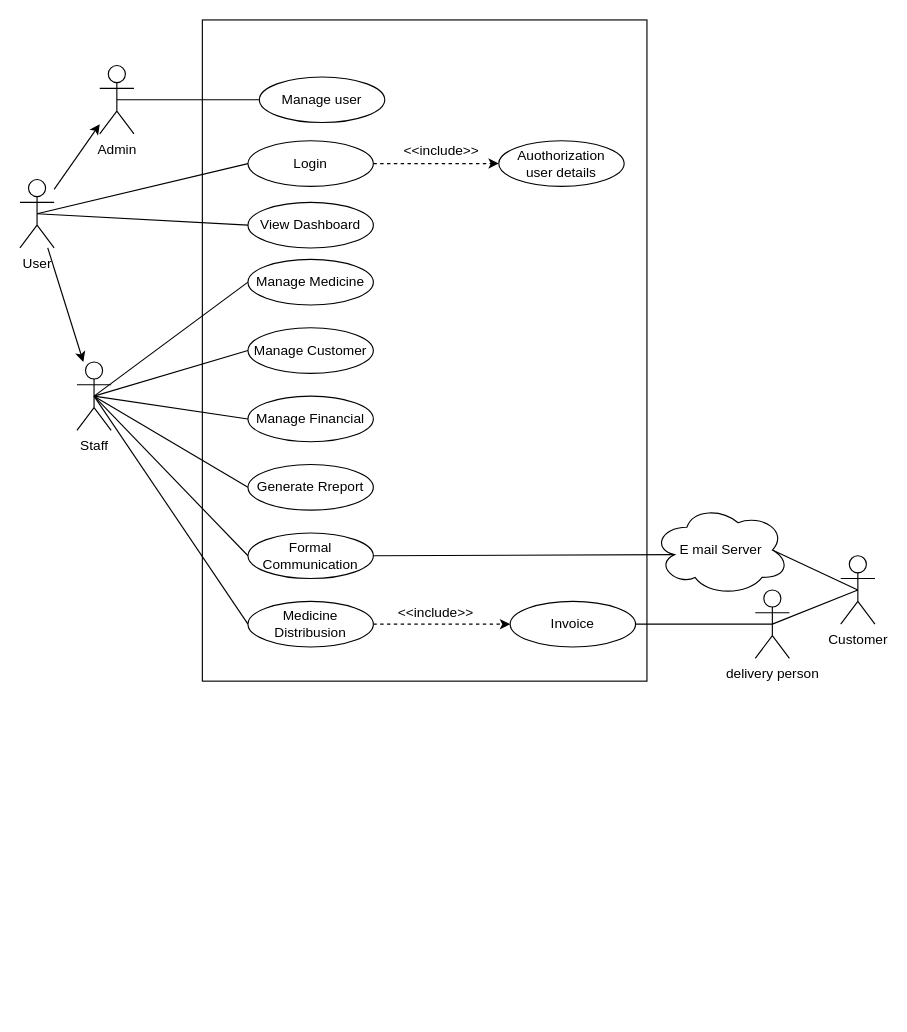
The draw.io diagram Doc/Use case Diagram/Drawio Files/Use-Case-Diagram.drawio in ChandimalPriyamantha/Pharmacy_Shop_Management_System, before the edit. Source tidied: cells renumbered, new cells numbered last; positions are measured from the earlier drawing's top-left corner, leaving out a move shared by most shapes. Both pictures are drawn from the tidied source at 114%, with x=0, y=0 at pixel (19, 19).
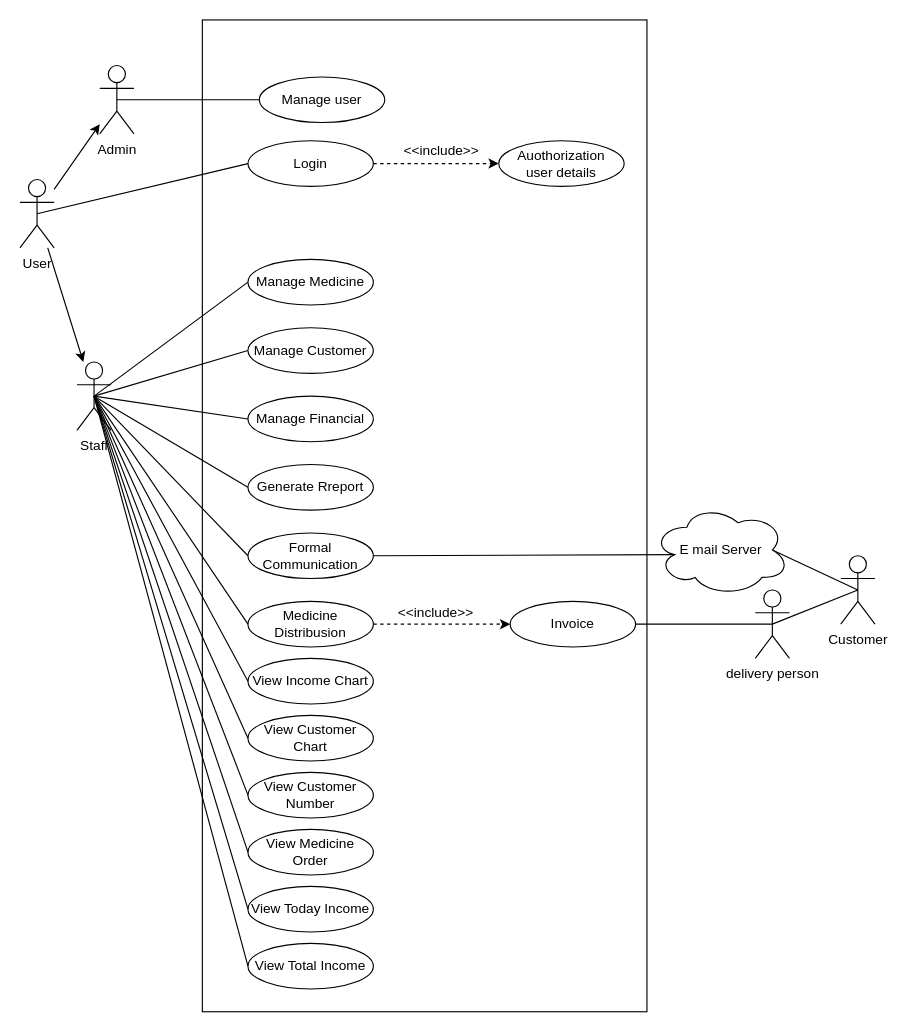
Above is the later version.

Commit message (it also covers changes not shown here):
Update Usecase diagram

Unchanged cells that the change refers to:
```xml
<mxCell id="5" value="User" style="shape=umlActor;verticalLabelPosition=bottom;verticalAlign=top;html=1;outlineConnect=0;" parent="1" vertex="1">
  <mxGeometry y="140" width="30" height="60" as="geometry" />
</mxCell>
<mxCell id="11" value="Staff" style="shape=umlActor;verticalLabelPosition=bottom;verticalAlign=top;html=1;outlineConnect=0;" parent="1" vertex="1">
  <mxGeometry x="50" y="300" width="30" height="60" as="geometry" />
</mxCell>
```

The edit, as a diff of the source:
```diff
@@
     <mxCell id="2" style="rounded=0;whiteSpace=wrap;html=1;" parent="1" vertex="1">
-      <mxGeometry x="160" width="390" height="580" as="geometry" />
+      <mxGeometry x="160" width="390" height="870" as="geometry" />
     </mxCell>
@@
-    <mxCell id="37" style="rounded=0;jettySize=auto;html=1;exitX=0.5;exitY=0.5;exitDx=0;exitDy=0;exitPerimeter=0;endArrow=none;endFill=0;entryX=0;entryY=0.5;entryDx=0;entryDy=0;" parent="1" edge="1" source="5" target="38">
-      <mxGeometry relative="1" as="geometry" />
-    </mxCell>
-    <mxCell id="38" value="View Dashboard" style="ellipse;whiteSpace=wrap;html=1;" parent="1" vertex="1">
-      <mxGeometry x="200" y="160" width="110" height="40" as="geometry" />
-    </mxCell>
+    <mxCell id="39" value="View Income Chart" style="ellipse;whiteSpace=wrap;html=1;" parent="1" vertex="1">
+      <mxGeometry x="200" y="560" width="110" height="40" as="geometry" />
+    </mxCell>
+    <mxCell id="40" value="View Customer Chart" style="ellipse;whiteSpace=wrap;html=1;" parent="1" vertex="1">
+      <mxGeometry x="200" y="610" width="110" height="40" as="geometry" />
+    </mxCell>
+    <mxCell id="41" value="View Customer Number" style="ellipse;whiteSpace=wrap;html=1;" parent="1" vertex="1">
+      <mxGeometry x="200" y="660" width="110" height="40" as="geometry" />
+    </mxCell>
+    <mxCell id="42" value="View Medicine Order" style="ellipse;whiteSpace=wrap;html=1;" parent="1" vertex="1">
+      <mxGeometry x="200" y="710" width="110" height="40" as="geometry" />
+    </mxCell>
+    <mxCell id="43" value="View Today Income" style="ellipse;whiteSpace=wrap;html=1;" parent="1" vertex="1">
+      <mxGeometry x="200" y="760" width="110" height="40" as="geometry" />
+    </mxCell>
+    <mxCell id="44" value="View Total Income" style="ellipse;whiteSpace=wrap;html=1;" parent="1" vertex="1">
+      <mxGeometry x="200" y="810" width="110" height="40" as="geometry" />
+    </mxCell>
+    <mxCell id="45" style="rounded=0;jettySize=auto;html=1;exitX=0;exitY=0.5;exitDx=0;exitDy=0;endArrow=none;endFill=0;entryX=0.5;entryY=0.5;entryDx=0;entryDy=0;entryPerimeter=0;" parent="1" edge="1" source="39" target="11">
+      <mxGeometry relative="1" as="geometry" />
+    </mxCell>
+    <mxCell id="46" style="rounded=0;jettySize=auto;html=1;exitX=0;exitY=0.5;exitDx=0;exitDy=0;endArrow=none;endFill=0;entryX=0.5;entryY=0.5;entryDx=0;entryDy=0;entryPerimeter=0;" parent="1" edge="1" source="40" target="11">
+      <mxGeometry relative="1" as="geometry" />
+    </mxCell>
+    <mxCell id="47" style="rounded=0;jettySize=auto;html=1;exitX=0;exitY=0.5;exitDx=0;exitDy=0;entryX=0.5;entryY=0.5;entryDx=0;entryDy=0;entryPerimeter=0;endArrow=none;endFill=0;" parent="1" edge="1" source="43" target="11">
+      <mxGeometry relative="1" as="geometry" />
+    </mxCell>
+    <mxCell id="48" style="rounded=0;jettySize=auto;html=1;exitX=0;exitY=0.5;exitDx=0;exitDy=0;entryX=0.5;entryY=0.5;entryDx=0;entryDy=0;entryPerimeter=0;endArrow=none;endFill=0;" parent="1" edge="1" source="42" target="11">
+      <mxGeometry relative="1" as="geometry" />
+    </mxCell>
+    <mxCell id="49" style="rounded=0;jettySize=auto;html=1;exitX=0;exitY=0.5;exitDx=0;exitDy=0;entryX=0.5;entryY=0.5;entryDx=0;entryDy=0;entryPerimeter=0;endArrow=none;endFill=0;" parent="1" edge="1" source="41" target="11">
+      <mxGeometry relative="1" as="geometry" />
+    </mxCell>
+    <mxCell id="50" style="rounded=0;jettySize=auto;html=1;exitX=0;exitY=0.5;exitDx=0;exitDy=0;entryX=0.5;entryY=0.5;entryDx=0;entryDy=0;entryPerimeter=0;endArrow=none;endFill=0;" parent="1" edge="1" source="44" target="11">
+      <mxGeometry relative="1" as="geometry" />
+    </mxCell>
```
